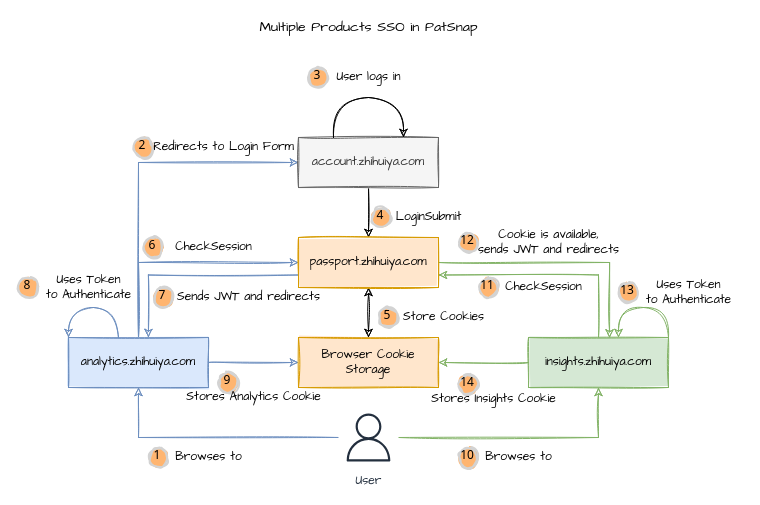
Before: page "Page-1" (1 of 4) of SSO Process.drawio in yindongjun/gangzhang.github.io, a draw.io diagram. Source tidied: cells renumbered, new cells numbered last; positions are measured from the earlier drawing's top-left corner, leaving out a move shared by most shapes. Both pictures are drawn from the tidied source at 100%, with x=0, y=0 at pixel (18, 17).
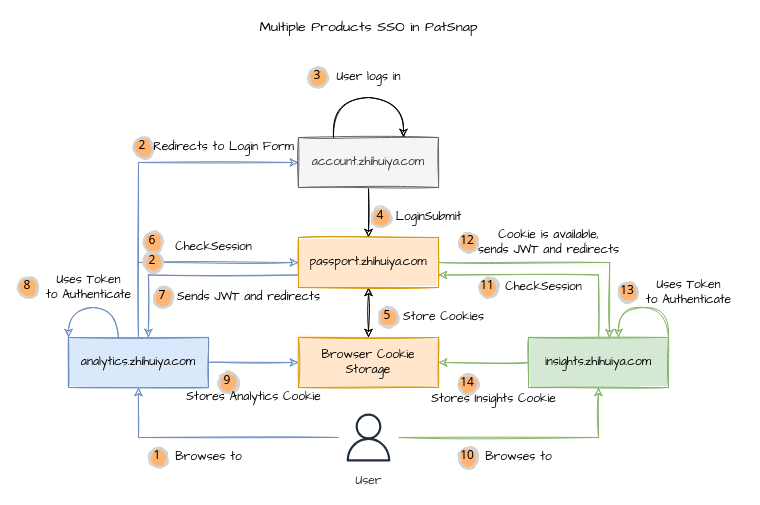
After the change.

The change refers to these unchanged cells:
```xml
<mxCell id="8" value="analytics.zhihuiya.com" style="rounded=0;whiteSpace=wrap;html=1;sketch=1;fontFamily=Comic Sans MS;fillColor=#dae8fc;strokeColor=#6c8ebf;fillStyle=solid;" parent="1" vertex="1">
  <mxGeometry x="50" y="320" width="140" height="50" as="geometry" />
</mxCell>
<mxCell id="20" value="passport.zhihuiya.com" style="rounded=0;whiteSpace=wrap;html=1;sketch=1;fontFamily=Comic Sans MS;fillColor=#ffe6cc;strokeColor=#d79b00;fillStyle=solid;" parent="1" vertex="1">
  <mxGeometry x="280" y="220" width="140" height="50" as="geometry" />
</mxCell>
```

What changed in the source:
```diff
@@
-    <mxCell id="6" style="edgeStyle=orthogonalEdgeStyle;rounded=0;sketch=1;jettySize=auto;html=1;entryX=0;entryY=0.5;entryDx=0;entryDy=0;fontFamily=Comic Sans MS;fillColor=#dae8fc;strokeColor=#6c8ebf;" parent="1" edge="1" source="8" target="20">
+    <mxCell id="6" style="edgeStyle=orthogonalEdgeStyle;rounded=0;sketch=1;jettySize=auto;html=1;entryX=0;entryY=0.5;entryDx=0;entryDy=0;fontFamily=Comic Sans MS;fillColor=#dae8fc;strokeColor=#6c8ebf;startArrow=none;" parent="1" edge="1" source="51" target="20">
       <mxGeometry relative="1" as="geometry">
         <Array as="points">
           <mxPoint x="120" y="245" />
         </Array>
       </mxGeometry>
     </mxCell>
@@
     <mxCell id="23" value="6" style="ellipse;whiteSpace=wrap;html=1;strokeWidth=2;fontFamily=Tahoma;spacingBottom=4;spacingRight=2;strokeColor=#d3d3d3;sketch=1;fillStyle=solid;fillColor=#FFB570;" parent="1" vertex="1">
-      <mxGeometry x="125" y="220" width="20" height="20" as="geometry" />
+      <mxGeometry x="125" y="215" width="20" height="20" as="geometry" />
     </mxCell>
@@
+    <mxCell id="51" value="2" style="ellipse;whiteSpace=wrap;html=1;strokeWidth=2;fontFamily=Tahoma;spacingBottom=4;spacingRight=2;strokeColor=#d3d3d3;sketch=1;fillStyle=solid;fillColor=#FFB570;" parent="1" vertex="1">
+      <mxGeometry x="125" y="235" width="20" height="20" as="geometry" />
+    </mxCell>
```
